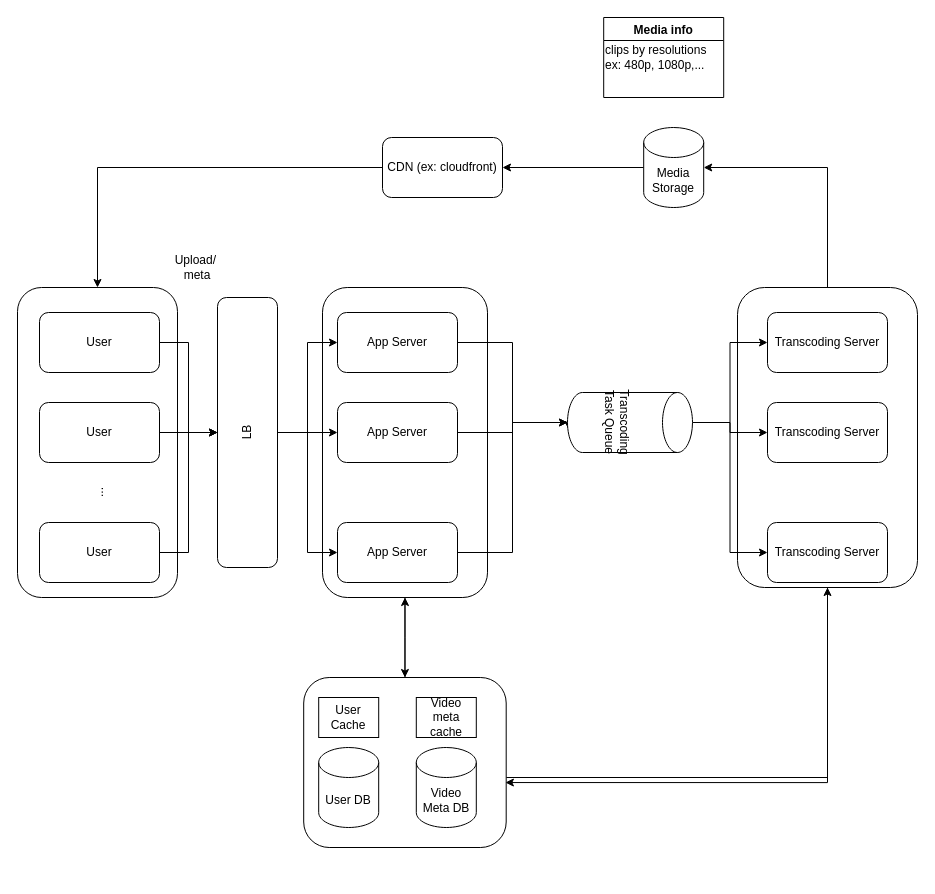
Before: drawios/Design Youtube.drawio in whmou/component-archs, a draw.io diagram. Source tidied: cells renumbered, new cells numbered last; positions are measured from the earlier drawing's top-left corner, leaving out a move shared by most shapes. Both pictures are drawn from the tidied source at 100%, with x=0, y=0 at pixel (17, 17).
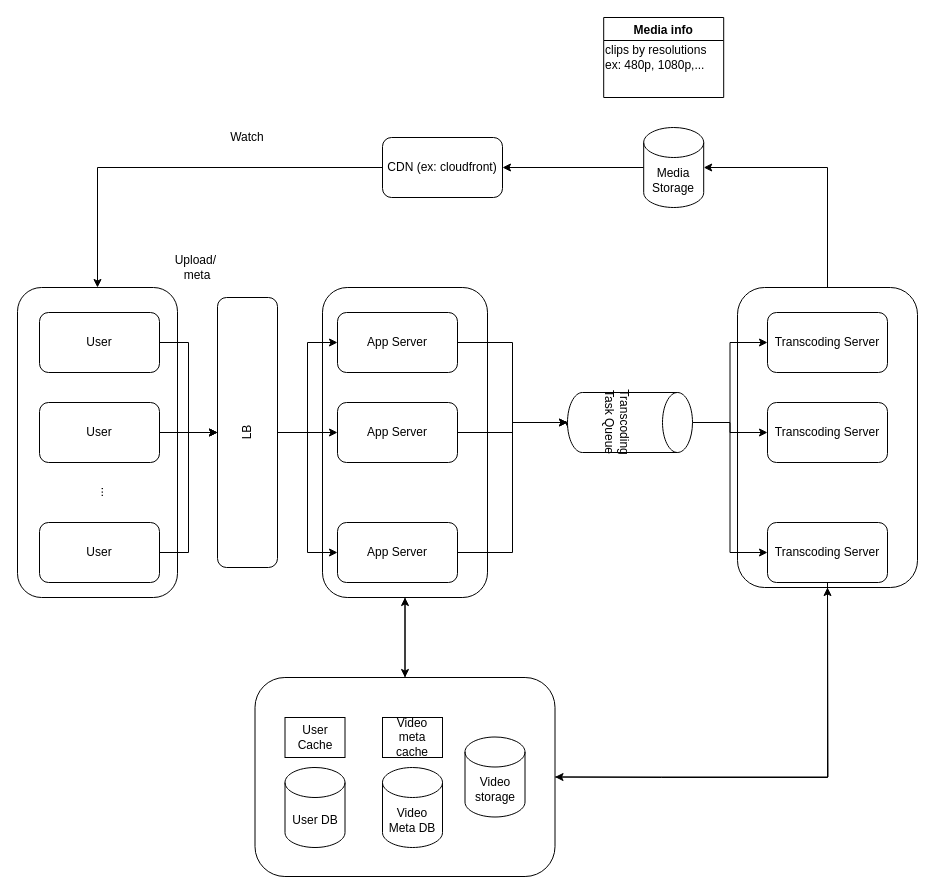
After the change.

The change refers to these unchanged cells:
```xml
<mxCell id="5" style="rounded=1;whiteSpace=wrap;html=1;" parent="1" vertex="1">
  <mxGeometry x="720" y="270" width="180" height="300" as="geometry" />
</mxCell>
<mxCell id="39" value="Transcoding Server" style="rounded=1;whiteSpace=wrap;html=1;" parent="1" vertex="1">
  <mxGeometry x="750" y="505" width="120" height="60" as="geometry" />
</mxCell>
```

The edit, as a diff of the source:
```diff
@@
-    <mxCell id="3" style="edgeStyle=orthogonalEdgeStyle;rounded=0;jettySize=auto;html=1;entryX=0.996;entryY=0.618;entryDx=0;entryDy=0;entryPerimeter=0;" parent="1" edge="1" source="5" target="10">
-      <mxGeometry relative="1" as="geometry">
-        <Array as="points">
-          <mxPoint x="810" y="765" />
-        </Array>
-      </mxGeometry>
-    </mxCell>
@@
-    <mxCell id="9" style="edgeStyle=orthogonalEdgeStyle;rounded=0;jettySize=auto;html=1;entryX=0.5;entryY=1;entryDx=0;entryDy=0;" parent="1" edge="1" source="10" target="5">
-      <mxGeometry relative="1" as="geometry">
-        <Array as="points">
-          <mxPoint x="810" y="760" />
-        </Array>
-      </mxGeometry>
-    </mxCell>
+    <mxCell id="46" style="edgeStyle=orthogonalEdgeStyle;rounded=0;jettySize=auto;html=1;" parent="1" edge="1" source="10">
+      <mxGeometry relative="1" as="geometry">
+        <mxPoint x="810" y="570" as="targetPoint" />
+      </mxGeometry>
+    </mxCell>
     <mxCell id="10" style="rounded=1;whiteSpace=wrap;html=1;" parent="1" vertex="1">
-      <mxGeometry x="286.2" y="660" width="202.5" height="170" as="geometry" />
+      <mxGeometry x="237.5" y="660" width="300" height="199" as="geometry" />
     </mxCell>
@@
     <mxCell id="33" value="User DB" style="shape=cylinder3;whiteSpace=wrap;html=1;boundedLbl=1;backgroundOutline=1;size=15;" parent="1" vertex="1">
-      <mxGeometry x="301.2" y="730" width="60" height="80" as="geometry" />
+      <mxGeometry x="267.5" y="750" width="60" height="80" as="geometry" />
     </mxCell>
     <mxCell id="34" value="User Cache" style="rounded=0;whiteSpace=wrap;html=1;" parent="1" vertex="1">
-      <mxGeometry x="301.2" y="680" width="60" height="40" as="geometry" />
+      <mxGeometry x="267.5" y="700" width="60" height="40" as="geometry" />
     </mxCell>
     <mxCell id="35" value="Video meta cache" style="rounded=0;whiteSpace=wrap;html=1;" parent="1" vertex="1">
-      <mxGeometry x="398.8" y="680" width="60" height="40" as="geometry" />
+      <mxGeometry x="365" y="700" width="60" height="40" as="geometry" />
     </mxCell>
     <mxCell id="36" value="Video Meta DB" style="shape=cylinder3;whiteSpace=wrap;html=1;boundedLbl=1;backgroundOutline=1;size=15;" parent="1" vertex="1">
-      <mxGeometry x="398.8" y="730" width="60" height="80" as="geometry" />
+      <mxGeometry x="365" y="750" width="60" height="80" as="geometry" />
     </mxCell>
@@
+    <mxCell id="47" style="edgeStyle=orthogonalEdgeStyle;rounded=0;jettySize=auto;html=1;entryX=1;entryY=0.5;entryDx=0;entryDy=0;" parent="1" edge="1" source="39" target="10">
+      <mxGeometry relative="1" as="geometry">
+        <Array as="points">
+          <mxPoint x="810" y="760" />
+          <mxPoint x="644" y="760" />
+        </Array>
+      </mxGeometry>
+    </mxCell>
@@
+    <mxCell id="48" value="Watch" style="text;html=1;strokeColor=none;fillColor=none;align=center;verticalAlign=middle;whiteSpace=wrap;rounded=0;" parent="1" vertex="1">
+      <mxGeometry x="210" y="110" width="40" height="20" as="geometry" />
+    </mxCell>
+    <mxCell id="49" value="Video storage" style="shape=cylinder3;whiteSpace=wrap;html=1;boundedLbl=1;backgroundOutline=1;size=15;" parent="1" vertex="1">
+      <mxGeometry x="447.5" y="719.5" width="60" height="80" as="geometry" />
+    </mxCell>
```
